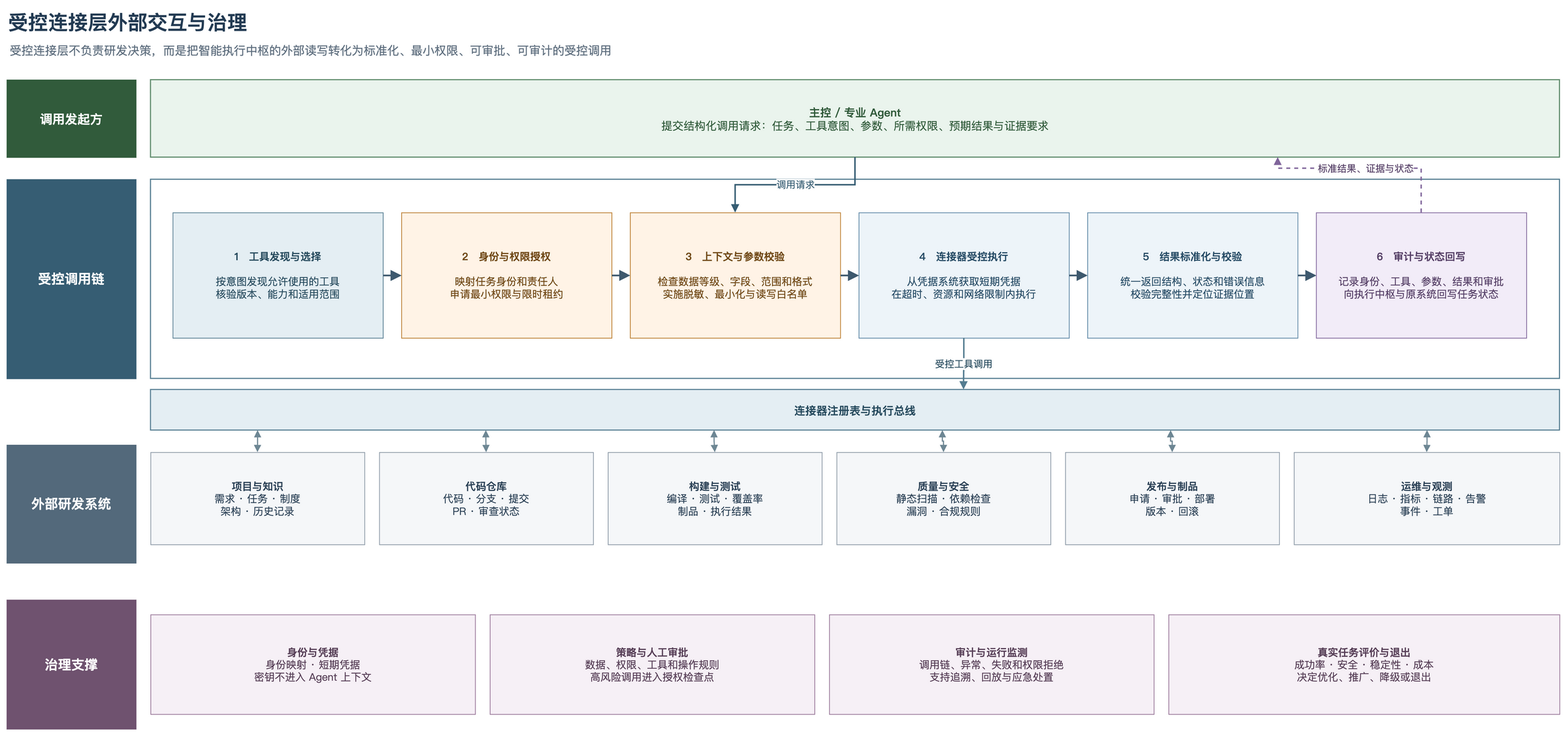
GeHahahaha/AI-paper keeps this draw.io diagram as diagrams/rendered/图4_受控连接层外部交互与治理.drawio.png. Above is the earlier version. Source tidied: cells renumbered, new cells last; positions are measured from the earlier drawing's top-left corner, leaving out a move shared by most shapes. The source it was exported from:
```xml
<mxGraphModel background="#FFFFFF">
  <root>
    <mxCell id="0" />
    <mxCell id="1" parent="0" />
    <mxCell id="2" value="受控连接层外部交互与治理" style="text;html=1;align=left;verticalAlign=middle;fontFamily=Microsoft YaHei;fontSize=27;fontStyle=1;fontColor=#233B53;" parent="1" vertex="1">
      <mxGeometry width="800" height="44" as="geometry" />
    </mxCell>
    <mxCell id="3" value="受控连接层不负责研发决策，而是把智能执行中枢的外部读写转化为标准化、最小权限、可审批、可审计的受控调用" style="text;html=1;align=left;verticalAlign=middle;fontFamily=Microsoft YaHei;fontSize=16;fontColor=#5F6F7F;" parent="1" vertex="1">
      <mxGeometry x="2" y="45" width="1800" height="30" as="geometry" />
    </mxCell>
    <mxCell id="4" value="&lt;b&gt;主控 / 专业 Agent&lt;/b&gt;&lt;br&gt;提交结构化调用请求：任务、工具意图、参数、所需权限、预期结果与证据要求" style="rounded=0;whiteSpace=wrap;html=1;fillColor=#EAF4ED;strokeColor=#5E8B6B;strokeWidth=1.5;fontFamily=Microsoft YaHei;fontColor=#315B3B;fontSize=15;align=center;verticalAlign=middle;spacing=12;" parent="1" vertex="1">
      <mxGeometry x="195" y="100" width="1910" height="105" as="geometry" />
    </mxCell>
    <mxCell id="5" value="调用发起方" style="rounded=0;whiteSpace=wrap;html=1;fillColor=#315B3B;strokeColor=#315B3B;fontFamily=Microsoft YaHei;fontColor=#FFFFFF;fontSize=17;fontStyle=1;align=center;verticalAlign=middle;" parent="1" vertex="1">
      <mxGeometry y="100" width="175" height="105" as="geometry" />
    </mxCell>
    <mxCell id="6" value="受控调用链" style="rounded=0;whiteSpace=wrap;html=1;fillColor=#365D73;strokeColor=#365D73;fontFamily=Microsoft YaHei;fontColor=#FFFFFF;fontSize=18;fontStyle=1;align=center;verticalAlign=middle;" parent="1" vertex="1">
      <mxGeometry y="235" width="175" height="270" as="geometry" />
    </mxCell>
    <mxCell id="7" style="rounded=0;whiteSpace=wrap;html=1;fillColor=#FFFFFF;strokeColor=#557D91;strokeWidth=1.5;" parent="1" vertex="1">
      <mxGeometry x="195" y="235" width="1910" height="270" as="geometry" />
    </mxCell>
    <mxCell id="8" value="&lt;b&gt;1　工具发现与选择&lt;/b&gt;&lt;br&gt;&lt;br&gt;按意图发现允许使用的工具&lt;br&gt;核验版本、能力和适用范围" style="rounded=0;whiteSpace=wrap;html=1;fillColor=#E4EEF3;strokeColor=#557D91;fontFamily=Microsoft YaHei;fontColor=#274B5E;fontSize=14;align=center;verticalAlign=middle;spacing=10;" parent="1" vertex="1">
      <mxGeometry x="225" y="280" width="285" height="170" as="geometry" />
    </mxCell>
    <mxCell id="9" value="&lt;b&gt;2　身份与权限授权&lt;/b&gt;&lt;br&gt;&lt;br&gt;映射任务身份和责任人&lt;br&gt;申请最小权限与限时租约" style="rounded=0;whiteSpace=wrap;html=1;fillColor=#FFF3E6;strokeColor=#BA7B2C;fontFamily=Microsoft YaHei;fontColor=#714A18;fontSize=14;align=center;verticalAlign=middle;spacing=10;" parent="1" vertex="1">
      <mxGeometry x="535" y="280" width="285" height="170" as="geometry" />
    </mxCell>
    <mxCell id="10" value="&lt;b&gt;3　上下文与参数校验&lt;/b&gt;&lt;br&gt;&lt;br&gt;检查数据等级、字段、范围和格式&lt;br&gt;实施脱敏、最小化与读写白名单" style="rounded=0;whiteSpace=wrap;html=1;fillColor=#FFF3E6;strokeColor=#BA7B2C;fontFamily=Microsoft YaHei;fontColor=#714A18;fontSize=14;align=center;verticalAlign=middle;spacing=10;" parent="1" vertex="1">
      <mxGeometry x="845" y="280" width="285" height="170" as="geometry" />
    </mxCell>
    <mxCell id="11" value="&lt;b&gt;4　连接器受控执行&lt;/b&gt;&lt;br&gt;&lt;br&gt;从凭据系统获取短期凭据&lt;br&gt;在超时、资源和网络限制内执行" style="rounded=0;whiteSpace=wrap;html=1;fillColor=#EDF4F9;strokeColor=#5C86A5;fontFamily=Microsoft YaHei;fontColor=#274C66;fontSize=14;align=center;verticalAlign=middle;spacing=10;" parent="1" vertex="1">
      <mxGeometry x="1155" y="280" width="285" height="170" as="geometry" />
    </mxCell>
    <mxCell id="12" value="&lt;b&gt;5　结果标准化与校验&lt;/b&gt;&lt;br&gt;&lt;br&gt;统一返回结构、状态和错误信息&lt;br&gt;校验完整性并定位证据位置" style="rounded=0;whiteSpace=wrap;html=1;fillColor=#EDF4F9;strokeColor=#5C86A5;fontFamily=Microsoft YaHei;fontColor=#274C66;fontSize=14;align=center;verticalAlign=middle;spacing=10;" parent="1" vertex="1">
      <mxGeometry x="1465" y="280" width="285" height="170" as="geometry" />
    </mxCell>
    <mxCell id="13" value="&lt;b&gt;6　审计与状态回写&lt;/b&gt;&lt;br&gt;&lt;br&gt;记录身份、工具、参数、结果和审批&lt;br&gt;向执行中枢与原系统回写任务状态" style="rounded=0;whiteSpace=wrap;html=1;fillColor=#F2ECF8;strokeColor=#80659B;fontFamily=Microsoft YaHei;fontColor=#574168;fontSize=14;align=center;verticalAlign=middle;spacing=10;" parent="1" vertex="1">
      <mxGeometry x="1775" y="280" width="285" height="170" as="geometry" />
    </mxCell>
    <mxCell id="14" style="edgeStyle=orthogonalEdgeStyle;rounded=0;html=1;strokeColor=#3E596E;strokeWidth=2.3;endArrow=block;endFill=1;endSize=9;exitX=1;exitY=0.5;entryX=0;entryY=0.5;" parent="1" edge="1" source="8" target="9">
      <mxGeometry relative="1" as="geometry" />
    </mxCell>
    <mxCell id="15" style="edgeStyle=orthogonalEdgeStyle;rounded=0;html=1;strokeColor=#3E596E;strokeWidth=2.3;endArrow=block;endFill=1;endSize=9;exitX=1;exitY=0.5;entryX=0;entryY=0.5;" parent="1" edge="1" source="9" target="10">
      <mxGeometry relative="1" as="geometry" />
    </mxCell>
    <mxCell id="16" style="edgeStyle=orthogonalEdgeStyle;rounded=0;html=1;strokeColor=#3E596E;strokeWidth=2.3;endArrow=block;endFill=1;endSize=9;exitX=1;exitY=0.5;entryX=0;entryY=0.5;" parent="1" edge="1" source="10" target="11">
      <mxGeometry relative="1" as="geometry" />
    </mxCell>
    <mxCell id="17" style="edgeStyle=orthogonalEdgeStyle;rounded=0;html=1;strokeColor=#3E596E;strokeWidth=2.3;endArrow=block;endFill=1;endSize=9;exitX=1;exitY=0.5;entryX=0;entryY=0.5;" parent="1" edge="1" source="11" target="12">
      <mxGeometry relative="1" as="geometry" />
    </mxCell>
    <mxCell id="18" style="edgeStyle=orthogonalEdgeStyle;rounded=0;html=1;strokeColor=#3E596E;strokeWidth=2.3;endArrow=block;endFill=1;endSize=9;exitX=1;exitY=0.5;entryX=0;entryY=0.5;" parent="1" edge="1" source="12" target="13">
      <mxGeometry relative="1" as="geometry" />
    </mxCell>
    <mxCell id="19" value="调用请求" style="edgeStyle=orthogonalEdgeStyle;rounded=0;html=1;strokeColor=#365D73;strokeWidth=2;endArrow=block;endFill=1;exitX=0.5;exitY=1;entryX=0.5;entryY=0;fontFamily=Microsoft YaHei;fontColor=#365D73;fontSize=13;labelBackgroundColor=#FFFFFF;" parent="1" edge="1" source="4" target="10">
      <mxGeometry relative="1" as="geometry" />
    </mxCell>
    <mxCell id="20" value="标准结果、证据与状态" style="edgeStyle=orthogonalEdgeStyle;rounded=0;html=1;strokeColor=#80659B;strokeWidth=1.8;dashed=1;endArrow=block;endFill=1;exitX=0.5;exitY=0;entryX=0.8;entryY=1;fontFamily=Microsoft YaHei;fontColor=#574168;fontSize=13;labelBackgroundColor=#FFFFFF;" parent="1" edge="1" source="13" target="4">
      <mxGeometry relative="1" as="geometry">
        <Array as="points">
          <mxPoint x="1915" y="220" />
          <mxPoint x="1725" y="220" />
        </Array>
      </mxGeometry>
    </mxCell>
    <mxCell id="21" value="连接器注册表与执行总线" style="rounded=0;whiteSpace=wrap;html=1;fillColor=#E4EEF3;strokeColor=#557D91;strokeWidth=1.4;fontFamily=Microsoft YaHei;fontColor=#274B5E;fontSize=15;fontStyle=1;align=center;verticalAlign=middle;" parent="1" vertex="1">
      <mxGeometry x="195" y="520" width="1910" height="55" as="geometry" />
    </mxCell>
    <mxCell id="22" value="受控工具调用" style="edgeStyle=orthogonalEdgeStyle;rounded=0;html=1;strokeColor=#557D91;strokeWidth=2;endArrow=block;endFill=1;exitX=0.5;exitY=1;entryX=0.577;entryY=0;fontFamily=Microsoft YaHei;fontColor=#274B5E;fontSize=13;labelBackgroundColor=#FFFFFF;" parent="1" edge="1" source="11" target="21">
      <mxGeometry relative="1" as="geometry" />
    </mxCell>
    <mxCell id="23" value="外部研发系统" style="rounded=0;whiteSpace=wrap;html=1;fillColor=#53697B;strokeColor=#53697B;fontFamily=Microsoft YaHei;fontColor=#FFFFFF;fontSize=18;fontStyle=1;align=center;verticalAlign=middle;" parent="1" vertex="1">
      <mxGeometry y="595" width="175" height="160" as="geometry" />
    </mxCell>
    <mxCell id="24" value="&lt;b&gt;项目与知识&lt;/b&gt;&lt;br&gt;需求 · 任务 · 制度&lt;br&gt;架构 · 历史记录" style="rounded=0;whiteSpace=wrap;html=1;fillColor=#F5F7F9;strokeColor=#8E9BA8;fontFamily=Microsoft YaHei;fontColor=#2B4156;fontSize=14;align=center;verticalAlign=middle;" parent="1" vertex="1">
      <mxGeometry x="195" y="605" width="290" height="125" as="geometry" />
    </mxCell>
    <mxCell id="25" value="&lt;b&gt;代码仓库&lt;/b&gt;&lt;br&gt;代码 · 分支 · 提交&lt;br&gt;PR · 审查状态" style="rounded=0;whiteSpace=wrap;html=1;fillColor=#F5F7F9;strokeColor=#8E9BA8;fontFamily=Microsoft YaHei;fontColor=#2B4156;fontSize=14;align=center;verticalAlign=middle;" parent="1" vertex="1">
      <mxGeometry x="505" y="605" width="290" height="125" as="geometry" />
    </mxCell>
    <mxCell id="26" value="&lt;b&gt;构建与测试&lt;/b&gt;&lt;br&gt;编译 · 测试 · 覆盖率&lt;br&gt;制品 · 执行结果" style="rounded=0;whiteSpace=wrap;html=1;fillColor=#F5F7F9;strokeColor=#8E9BA8;fontFamily=Microsoft YaHei;fontColor=#2B4156;fontSize=14;align=center;verticalAlign=middle;" parent="1" vertex="1">
      <mxGeometry x="815" y="605" width="290" height="125" as="geometry" />
    </mxCell>
    <mxCell id="27" value="&lt;b&gt;质量与安全&lt;/b&gt;&lt;br&gt;静态扫描 · 依赖检查&lt;br&gt;漏洞 · 合规规则" style="rounded=0;whiteSpace=wrap;html=1;fillColor=#F5F7F9;strokeColor=#8E9BA8;fontFamily=Microsoft YaHei;fontColor=#2B4156;fontSize=14;align=center;verticalAlign=middle;" parent="1" vertex="1">
      <mxGeometry x="1125" y="605" width="290" height="125" as="geometry" />
    </mxCell>
    <mxCell id="28" value="&lt;b&gt;发布与制品&lt;/b&gt;&lt;br&gt;申请 · 审批 · 部署&lt;br&gt;版本 · 回滚" style="rounded=0;whiteSpace=wrap;html=1;fillColor=#F5F7F9;strokeColor=#8E9BA8;fontFamily=Microsoft YaHei;fontColor=#2B4156;fontSize=14;align=center;verticalAlign=middle;" parent="1" vertex="1">
      <mxGeometry x="1435" y="605" width="290" height="125" as="geometry" />
    </mxCell>
    <mxCell id="29" value="&lt;b&gt;运维与观测&lt;/b&gt;&lt;br&gt;日志 · 指标 · 链路 · 告警&lt;br&gt;事件 · 工单" style="rounded=0;whiteSpace=wrap;html=1;fillColor=#F5F7F9;strokeColor=#8E9BA8;fontFamily=Microsoft YaHei;fontColor=#2B4156;fontSize=14;align=center;verticalAlign=middle;" parent="1" vertex="1">
      <mxGeometry x="1745" y="605" width="360" height="125" as="geometry" />
    </mxCell>
    <mxCell id="30" style="edgeStyle=orthogonalEdgeStyle;rounded=0;html=1;strokeColor=#6E8794;strokeWidth=1.5;endArrow=block;endFill=1;startArrow=block;startFill=1;exitX=0.076;exitY=1;entryX=0.5;entryY=0;" parent="1" edge="1" source="21" target="24">
      <mxGeometry relative="1" as="geometry" />
    </mxCell>
    <mxCell id="31" style="edgeStyle=orthogonalEdgeStyle;rounded=0;html=1;strokeColor=#6E8794;strokeWidth=1.5;endArrow=block;endFill=1;startArrow=block;startFill=1;exitX=0.238;exitY=1;entryX=0.5;entryY=0;" parent="1" edge="1" source="21" target="25">
      <mxGeometry relative="1" as="geometry" />
    </mxCell>
    <mxCell id="32" style="edgeStyle=orthogonalEdgeStyle;rounded=0;html=1;strokeColor=#6E8794;strokeWidth=1.5;endArrow=block;endFill=1;startArrow=block;startFill=1;exitX=0.400;exitY=1;entryX=0.5;entryY=0;" parent="1" edge="1" source="21" target="26">
      <mxGeometry relative="1" as="geometry" />
    </mxCell>
    <mxCell id="33" style="edgeStyle=orthogonalEdgeStyle;rounded=0;html=1;strokeColor=#6E8794;strokeWidth=1.5;endArrow=block;endFill=1;startArrow=block;startFill=1;exitX=0.562;exitY=1;entryX=0.5;entryY=0;" parent="1" edge="1" source="21" target="27">
      <mxGeometry relative="1" as="geometry" />
    </mxCell>
    <mxCell id="34" style="edgeStyle=orthogonalEdgeStyle;rounded=0;html=1;strokeColor=#6E8794;strokeWidth=1.5;endArrow=block;endFill=1;startArrow=block;startFill=1;exitX=0.724;exitY=1;entryX=0.5;entryY=0;" parent="1" edge="1" source="21" target="28">
      <mxGeometry relative="1" as="geometry" />
    </mxCell>
    <mxCell id="35" style="edgeStyle=orthogonalEdgeStyle;rounded=0;html=1;strokeColor=#6E8794;strokeWidth=1.5;endArrow=block;endFill=1;startArrow=block;startFill=1;exitX=0.906;exitY=1;entryX=0.5;entryY=0;" parent="1" edge="1" source="21" target="29">
      <mxGeometry relative="1" as="geometry" />
    </mxCell>
    <mxCell id="36" value="治理支撑" style="rounded=0;whiteSpace=wrap;html=1;fillColor=#6F526F;strokeColor=#6F526F;fontFamily=Microsoft YaHei;fontColor=#FFFFFF;fontSize=18;fontStyle=1;align=center;verticalAlign=middle;" parent="1" vertex="1">
      <mxGeometry y="805" width="175" height="175" as="geometry" />
    </mxCell>
    <mxCell id="37" value="&lt;b&gt;身份与凭据&lt;/b&gt;&lt;br&gt;身份映射 · 短期凭据&lt;br&gt;密钥不进入 Agent 上下文" style="rounded=0;whiteSpace=wrap;html=1;fillColor=#F6F0F6;strokeColor=#9A789A;fontFamily=Microsoft YaHei;fontColor=#584058;fontSize=14;align=center;verticalAlign=middle;" parent="1" vertex="1">
      <mxGeometry x="195" y="825" width="440" height="135" as="geometry" />
    </mxCell>
    <mxCell id="38" value="&lt;b&gt;策略与人工审批&lt;/b&gt;&lt;br&gt;数据、权限、工具和操作规则&lt;br&gt;高风险调用进入授权检查点" style="rounded=0;whiteSpace=wrap;html=1;fillColor=#F6F0F6;strokeColor=#9A789A;fontFamily=Microsoft YaHei;fontColor=#584058;fontSize=14;align=center;verticalAlign=middle;" parent="1" vertex="1">
      <mxGeometry x="655" y="825" width="440" height="135" as="geometry" />
    </mxCell>
    <mxCell id="39" value="&lt;b&gt;审计与运行监测&lt;/b&gt;&lt;br&gt;调用链、异常、失败和权限拒绝&lt;br&gt;支持追溯、回放与应急处置" style="rounded=0;whiteSpace=wrap;html=1;fillColor=#F6F0F6;strokeColor=#9A789A;fontFamily=Microsoft YaHei;fontColor=#584058;fontSize=14;align=center;verticalAlign=middle;" parent="1" vertex="1">
      <mxGeometry x="1115" y="825" width="440" height="135" as="geometry" />
    </mxCell>
    <mxCell id="40" value="&lt;b&gt;真实任务评价与退出&lt;/b&gt;&lt;br&gt;成功率 · 安全 · 稳定性 · 成本&lt;br&gt;决定优化、推广、降级或退出" style="rounded=0;whiteSpace=wrap;html=1;fillColor=#F6F0F6;strokeColor=#9A789A;fontFamily=Microsoft YaHei;fontColor=#584058;fontSize=14;align=center;verticalAlign=middle;" parent="1" vertex="1">
      <mxGeometry x="1575" y="825" width="530" height="135" as="geometry" />
    </mxCell>
  </root>
</mxGraphModel>
```
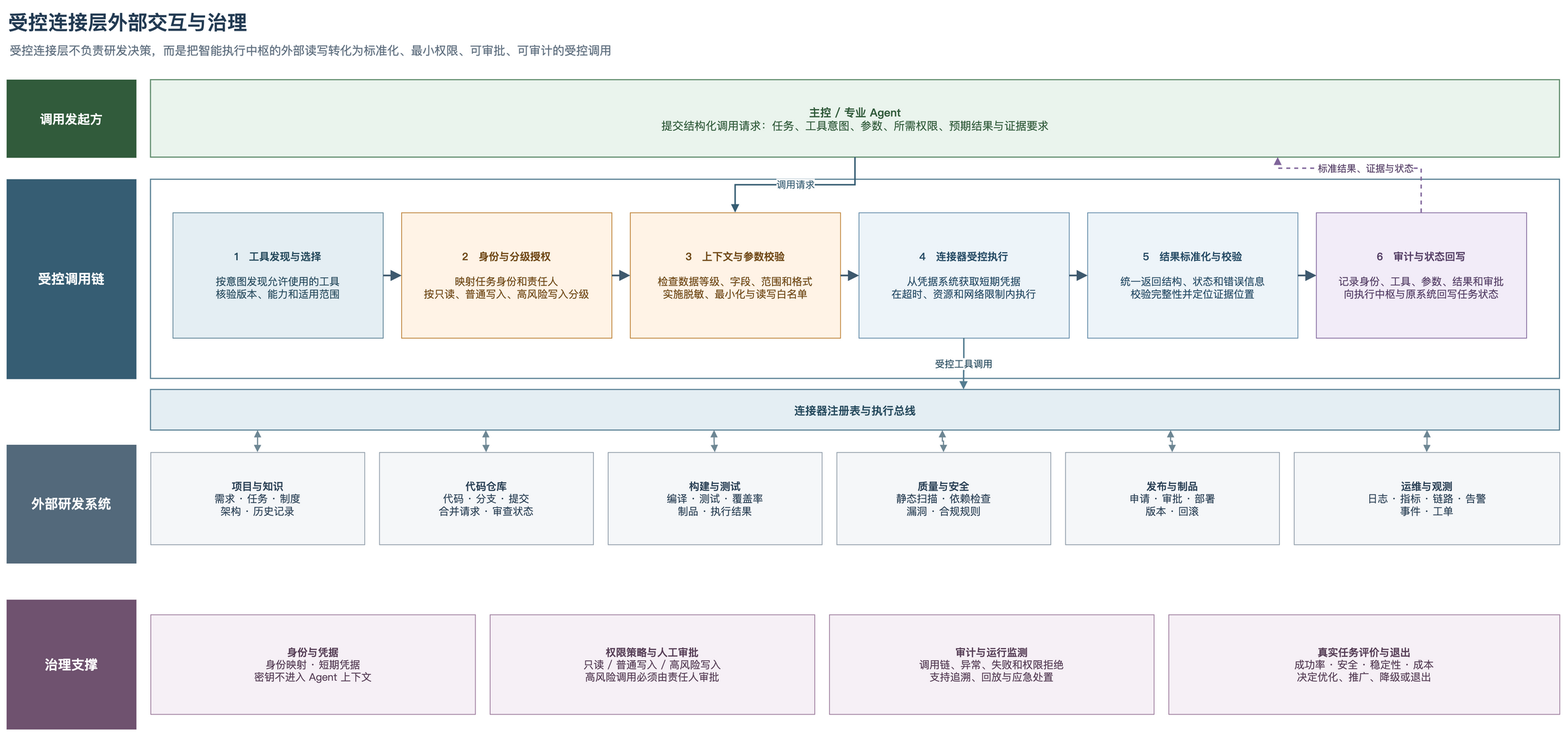
Later version of the same file.

Diff of the diagram source:
```diff
@@ -23,7 +23,7 @@
     <mxCell id="8" value="&lt;b&gt;1　工具发现与选择&lt;/b&gt;&lt;br&gt;&lt;br&gt;按意图发现允许使用的工具&lt;br&gt;核验版本、能力和适用范围" style="rounded=0;whiteSpace=wrap;html=1;fillColor=#E4EEF3;strokeColor=#557D91;fontFamily=Microsoft YaHei;fontColor=#274B5E;fontSize=14;align=center;verticalAlign=middle;spacing=10;" parent="1" vertex="1">
       <mxGeometry x="225" y="280" width="285" height="170" as="geometry" />
     </mxCell>
-    <mxCell id="9" value="&lt;b&gt;2　身份与权限授权&lt;/b&gt;&lt;br&gt;&lt;br&gt;映射任务身份和责任人&lt;br&gt;申请最小权限与限时租约" style="rounded=0;whiteSpace=wrap;html=1;fillColor=#FFF3E6;strokeColor=#BA7B2C;fontFamily=Microsoft YaHei;fontColor=#714A18;fontSize=14;align=center;verticalAlign=middle;spacing=10;" parent="1" vertex="1">
+    <mxCell id="9" value="&lt;b&gt;2　身份与分级授权&lt;/b&gt;&lt;br&gt;&lt;br&gt;映射任务身份和责任人&lt;br&gt;按只读、普通写入、高风险写入分级" style="rounded=0;whiteSpace=wrap;html=1;fillColor=#FFF3E6;strokeColor=#BA7B2C;fontFamily=Microsoft YaHei;fontColor=#714A18;fontSize=14;align=center;verticalAlign=middle;spacing=10;" parent="1" vertex="1">
       <mxGeometry x="535" y="280" width="285" height="170" as="geometry" />
     </mxCell>
     <mxCell id="10" value="&lt;b&gt;3　上下文与参数校验&lt;/b&gt;&lt;br&gt;&lt;br&gt;检查数据等级、字段、范围和格式&lt;br&gt;实施脱敏、最小化与读写白名单" style="rounded=0;whiteSpace=wrap;html=1;fillColor=#FFF3E6;strokeColor=#BA7B2C;fontFamily=Microsoft YaHei;fontColor=#714A18;fontSize=14;align=center;verticalAlign=middle;spacing=10;" parent="1" vertex="1">
@@ -76,7 +76,7 @@
     <mxCell id="24" value="&lt;b&gt;项目与知识&lt;/b&gt;&lt;br&gt;需求 · 任务 · 制度&lt;br&gt;架构 · 历史记录" style="rounded=0;whiteSpace=wrap;html=1;fillColor=#F5F7F9;strokeColor=#8E9BA8;fontFamily=Microsoft YaHei;fontColor=#2B4156;fontSize=14;align=center;verticalAlign=middle;" parent="1" vertex="1">
       <mxGeometry x="195" y="605" width="290" height="125" as="geometry" />
     </mxCell>
-    <mxCell id="25" value="&lt;b&gt;代码仓库&lt;/b&gt;&lt;br&gt;代码 · 分支 · 提交&lt;br&gt;PR · 审查状态" style="rounded=0;whiteSpace=wrap;html=1;fillColor=#F5F7F9;strokeColor=#8E9BA8;fontFamily=Microsoft YaHei;fontColor=#2B4156;fontSize=14;align=center;verticalAlign=middle;" parent="1" vertex="1">
+    <mxCell id="25" value="&lt;b&gt;代码仓库&lt;/b&gt;&lt;br&gt;代码 · 分支 · 提交&lt;br&gt;合并请求 · 审查状态" style="rounded=0;whiteSpace=wrap;html=1;fillColor=#F5F7F9;strokeColor=#8E9BA8;fontFamily=Microsoft YaHei;fontColor=#2B4156;fontSize=14;align=center;verticalAlign=middle;" parent="1" vertex="1">
       <mxGeometry x="505" y="605" width="290" height="125" as="geometry" />
     </mxCell>
     <mxCell id="26" value="&lt;b&gt;构建与测试&lt;/b&gt;&lt;br&gt;编译 · 测试 · 覆盖率&lt;br&gt;制品 · 执行结果" style="rounded=0;whiteSpace=wrap;html=1;fillColor=#F5F7F9;strokeColor=#8E9BA8;fontFamily=Microsoft YaHei;fontColor=#2B4156;fontSize=14;align=center;verticalAlign=middle;" parent="1" vertex="1">
@@ -115,7 +115,7 @@
     <mxCell id="37" value="&lt;b&gt;身份与凭据&lt;/b&gt;&lt;br&gt;身份映射 · 短期凭据&lt;br&gt;密钥不进入 Agent 上下文" style="rounded=0;whiteSpace=wrap;html=1;fillColor=#F6F0F6;strokeColor=#9A789A;fontFamily=Microsoft YaHei;fontColor=#584058;fontSize=14;align=center;verticalAlign=middle;" parent="1" vertex="1">
       <mxGeometry x="195" y="825" width="440" height="135" as="geometry" />
     </mxCell>
-    <mxCell id="38" value="&lt;b&gt;策略与人工审批&lt;/b&gt;&lt;br&gt;数据、权限、工具和操作规则&lt;br&gt;高风险调用进入授权检查点" style="rounded=0;whiteSpace=wrap;html=1;fillColor=#F6F0F6;strokeColor=#9A789A;fontFamily=Microsoft YaHei;fontColor=#584058;fontSize=14;align=center;verticalAlign=middle;" parent="1" vertex="1">
+    <mxCell id="38" value="&lt;b&gt;权限策略与人工审批&lt;/b&gt;&lt;br&gt;只读 / 普通写入 / 高风险写入&lt;br&gt;高风险调用必须由责任人审批" style="rounded=0;whiteSpace=wrap;html=1;fillColor=#F6F0F6;strokeColor=#9A789A;fontFamily=Microsoft YaHei;fontColor=#584058;fontSize=14;align=center;verticalAlign=middle;" parent="1" vertex="1">
       <mxGeometry x="655" y="825" width="440" height="135" as="geometry" />
     </mxCell>
     <mxCell id="39" value="&lt;b&gt;审计与运行监测&lt;/b&gt;&lt;br&gt;调用链、异常、失败和权限拒绝&lt;br&gt;支持追溯、回放与应急处置" style="rounded=0;whiteSpace=wrap;html=1;fillColor=#F6F0F6;strokeColor=#9A789A;fontFamily=Microsoft YaHei;fontColor=#584058;fontSize=14;align=center;verticalAlign=middle;" parent="1" vertex="1">
```
